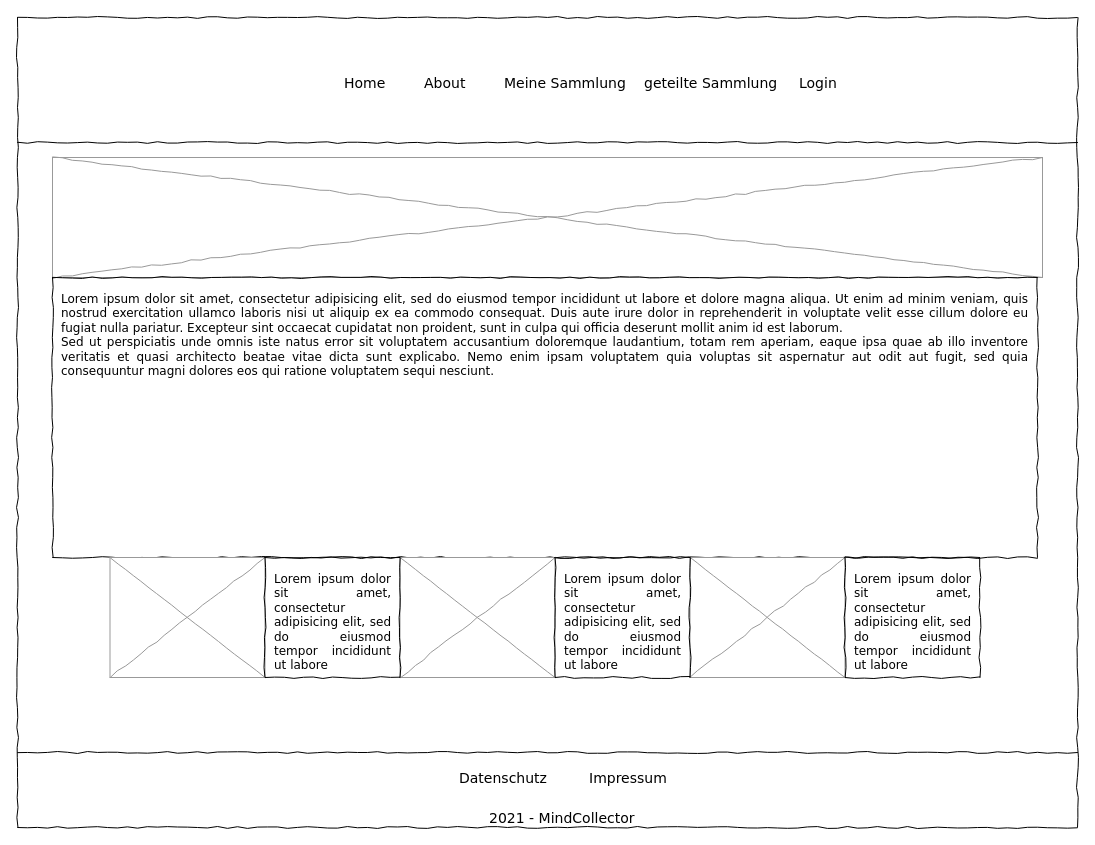
Above: page "Impressum" (2 of 9) of Mockup/mockups.drawio in MindCollector-Softwareprojekt2021/MindCollector (draw.io), before the change. Source tidied: cells renumbered, new cells numbered last; positions are measured from the earlier drawing's top-left corner, leaving out a move shared by most shapes. Both pictures are drawn from the tidied source at 100%, with x=0, y=0 at pixel (17, 17).
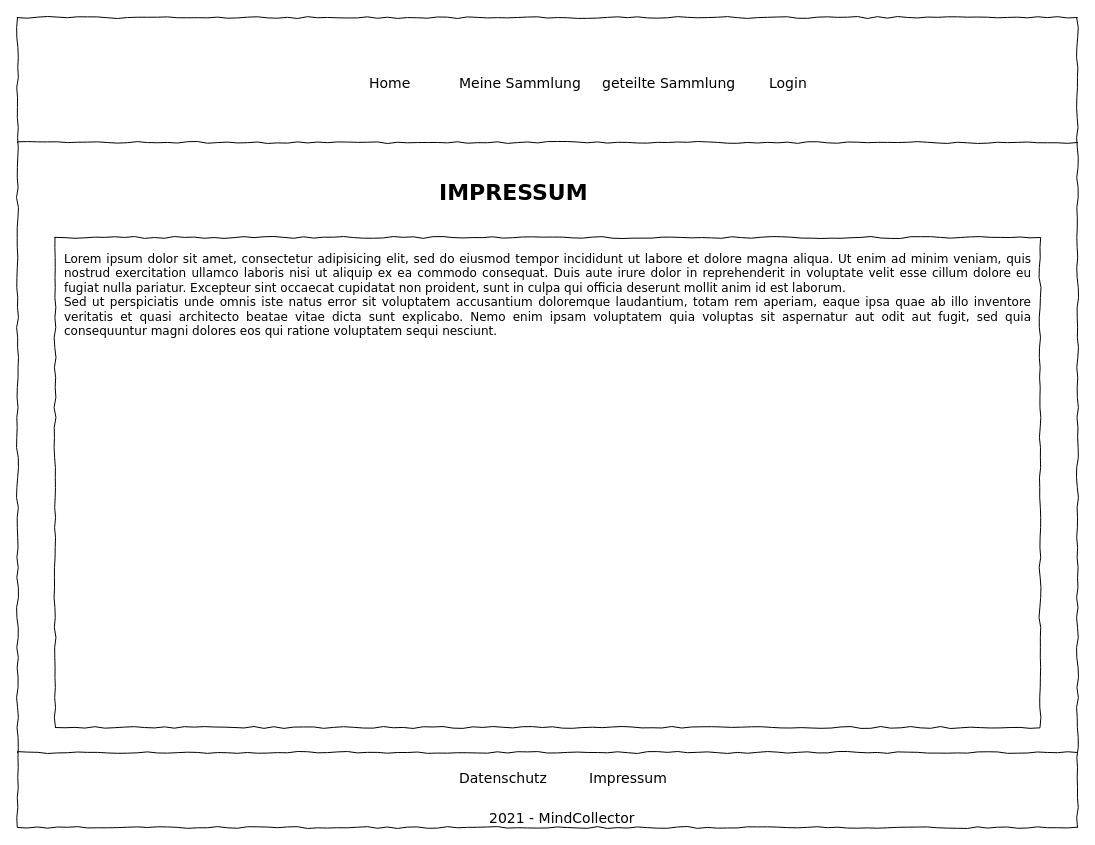
Above is the later version.

The edit, as a diff of the source:
```diff
@@
-    <mxCell id="3" style="verticalLabelPosition=bottom;shadow=0;dashed=0;align=center;html=1;verticalAlign=top;strokeWidth=1;shape=mxgraph.mockup.graphics.simpleIcon;strokeColor=#999999;rounded=0;labelBackgroundColor=none;fontFamily=Verdana;fontSize=14;fontColor=#000000;comic=1;" parent="1" vertex="1">
-      <mxGeometry x="35" y="140" width="990" height="120" as="geometry" />
-    </mxCell>
     <mxCell id="4" value="Home" style="text;html=1;align=left;verticalAlign=top;spacingTop=-4;fontSize=14;fontFamily=Verdana;" parent="1" vertex="1">
-      <mxGeometry x="325" y="55" width="60" height="20" as="geometry" />
+      <mxGeometry x="350" y="55" width="60" height="20" as="geometry" />
     </mxCell>
-    <mxCell id="5" value="About" style="text;html=1;align=left;verticalAlign=top;spacingTop=-4;fontSize=14;fontFamily=Verdana;" parent="1" vertex="1">
-      <mxGeometry x="405" y="55" width="60" height="20" as="geometry" />
-    </mxCell>
     <mxCell id="6" value="Meine Sammlung" style="text;html=1;align=left;verticalAlign=top;spacingTop=-4;fontSize=14;fontFamily=Verdana;" parent="1" vertex="1">
-      <mxGeometry x="485" y="55" width="90" height="20" as="geometry" />
+      <mxGeometry x="440" y="55" width="90" height="20" as="geometry" />
     </mxCell>
@@
     <mxCell id="8" value="&lt;div style=&quot;text-align: justify&quot;&gt;&lt;span&gt;Lorem ipsum dolor sit amet, consectetur adipisicing elit, sed do eiusmod tempor incididunt ut labore et dolore magna aliqua. Ut enim ad minim veniam, quis nostrud exercitation ullamco laboris nisi ut aliquip ex ea commodo consequat. Duis aute irure dolor in reprehenderit in voluptate velit esse cillum dolore eu fugiat nulla pariatur. Excepteur sint occaecat cupidatat non proident, sunt in culpa qui officia deserunt mollit anim id est laborum.&lt;/span&gt;&lt;/div&gt;&lt;div style=&quot;text-align: justify&quot;&gt;&lt;span&gt;Sed ut perspiciatis unde omnis iste natus error sit voluptatem accusantium doloremque laudantium, totam rem aperiam, eaque ipsa quae ab illo inventore veritatis et quasi architecto beatae vitae dicta sunt explicabo. Nemo enim ipsam voluptatem quia voluptas sit aspernatur aut odit aut fugit, sed quia consequuntur magni dolores eos qui ratione voluptatem sequi nesciunt.&amp;nbsp;&lt;/span&gt;&lt;/div&gt;" style="whiteSpace=wrap;html=1;rounded=0;shadow=0;labelBackgroundColor=none;strokeWidth=1;fillColor=none;fontFamily=Verdana;fontSize=12;align=center;verticalAlign=top;spacing=10;comic=1;" parent="1" vertex="1">
-      <mxGeometry x="35" y="260" width="985" height="280" as="geometry" />
+      <mxGeometry x="37.5" y="220" width="985" height="490" as="geometry" />
     </mxCell>
@@
     <mxCell id="13" value="geteilte Sammlung" style="text;html=1;align=left;verticalAlign=top;spacingTop=-4;fontSize=14;fontFamily=Verdana;" parent="1" vertex="1">
-      <mxGeometry x="625" y="55" width="90" height="20" as="geometry" />
+      <mxGeometry x="582.5" y="55" width="90" height="20" as="geometry" />
     </mxCell>
-    <mxCell id="14" style="verticalLabelPosition=bottom;shadow=0;dashed=0;align=center;html=1;verticalAlign=top;strokeWidth=1;shape=mxgraph.mockup.graphics.simpleIcon;strokeColor=#999999;rounded=0;labelBackgroundColor=none;fontFamily=Verdana;fontSize=14;fontColor=#000000;comic=1;" parent="1" vertex="1">
-      <mxGeometry x="92.5" y="540" width="155" height="120" as="geometry" />
-    </mxCell>
-    <mxCell id="15" style="verticalLabelPosition=bottom;shadow=0;dashed=0;align=center;html=1;verticalAlign=top;strokeWidth=1;shape=mxgraph.mockup.graphics.simpleIcon;strokeColor=#999999;rounded=0;labelBackgroundColor=none;fontFamily=Verdana;fontSize=14;fontColor=#000000;comic=1;" parent="1" vertex="1">
-      <mxGeometry x="382.5" y="540" width="155" height="120" as="geometry" />
-    </mxCell>
-    <mxCell id="16" style="verticalLabelPosition=bottom;shadow=0;dashed=0;align=center;html=1;verticalAlign=top;strokeWidth=1;shape=mxgraph.mockup.graphics.simpleIcon;strokeColor=#999999;rounded=0;labelBackgroundColor=none;fontFamily=Verdana;fontSize=14;fontColor=#000000;comic=1;" parent="1" vertex="1">
-      <mxGeometry x="672.5" y="540" width="155" height="120" as="geometry" />
-    </mxCell>
-    <mxCell id="17" value="&lt;div style=&quot;text-align: justify&quot;&gt;Lorem ipsum dolor sit amet, consectetur adipisicing elit, sed do eiusmod tempor incididunt ut labore&amp;nbsp;&lt;br&gt;&lt;/div&gt;" style="whiteSpace=wrap;html=1;rounded=0;shadow=0;labelBackgroundColor=none;strokeWidth=1;fillColor=none;fontFamily=Verdana;fontSize=12;align=center;verticalAlign=top;spacing=10;comic=1;" parent="1" vertex="1">
-      <mxGeometry x="247.5" y="540" width="135" height="120" as="geometry" />
-    </mxCell>
-    <mxCell id="18" value="&lt;div style=&quot;text-align: justify&quot;&gt;Lorem ipsum dolor sit amet, consectetur adipisicing elit, sed do eiusmod tempor incididunt ut labore&amp;nbsp;&lt;br&gt;&lt;/div&gt;" style="whiteSpace=wrap;html=1;rounded=0;shadow=0;labelBackgroundColor=none;strokeWidth=1;fillColor=none;fontFamily=Verdana;fontSize=12;align=center;verticalAlign=top;spacing=10;comic=1;" parent="1" vertex="1">
-      <mxGeometry x="537.5" y="540" width="135" height="120" as="geometry" />
-    </mxCell>
-    <mxCell id="19" value="&lt;div style=&quot;text-align: justify&quot;&gt;Lorem ipsum dolor sit amet, consectetur adipisicing elit, sed do eiusmod tempor incididunt ut labore&amp;nbsp;&lt;br&gt;&lt;/div&gt;" style="whiteSpace=wrap;html=1;rounded=0;shadow=0;labelBackgroundColor=none;strokeWidth=1;fillColor=none;fontFamily=Verdana;fontSize=12;align=center;verticalAlign=top;spacing=10;comic=1;" parent="1" vertex="1">
-      <mxGeometry x="827.5" y="540" width="135" height="120" as="geometry" />
-    </mxCell>
     <mxCell id="20" value="Login" style="text;html=1;align=left;verticalAlign=top;spacingTop=-4;fontSize=14;fontFamily=Verdana;" parent="1" vertex="1">
-      <mxGeometry x="780" y="55" width="90" height="20" as="geometry" />
+      <mxGeometry x="750" y="55" width="90" height="20" as="geometry" />
     </mxCell>
+    <mxCell id="21" value="&lt;b&gt;&lt;font style=&quot;font-size: 22px&quot;&gt;IMPRESSUM&lt;/font&gt;&lt;/b&gt;" style="text;html=1;align=left;verticalAlign=top;spacingTop=-4;fontSize=14;fontFamily=Verdana;" parent="1" vertex="1">
+      <mxGeometry x="420" y="160" width="90" height="20" as="geometry" />
+    </mxCell>
```
